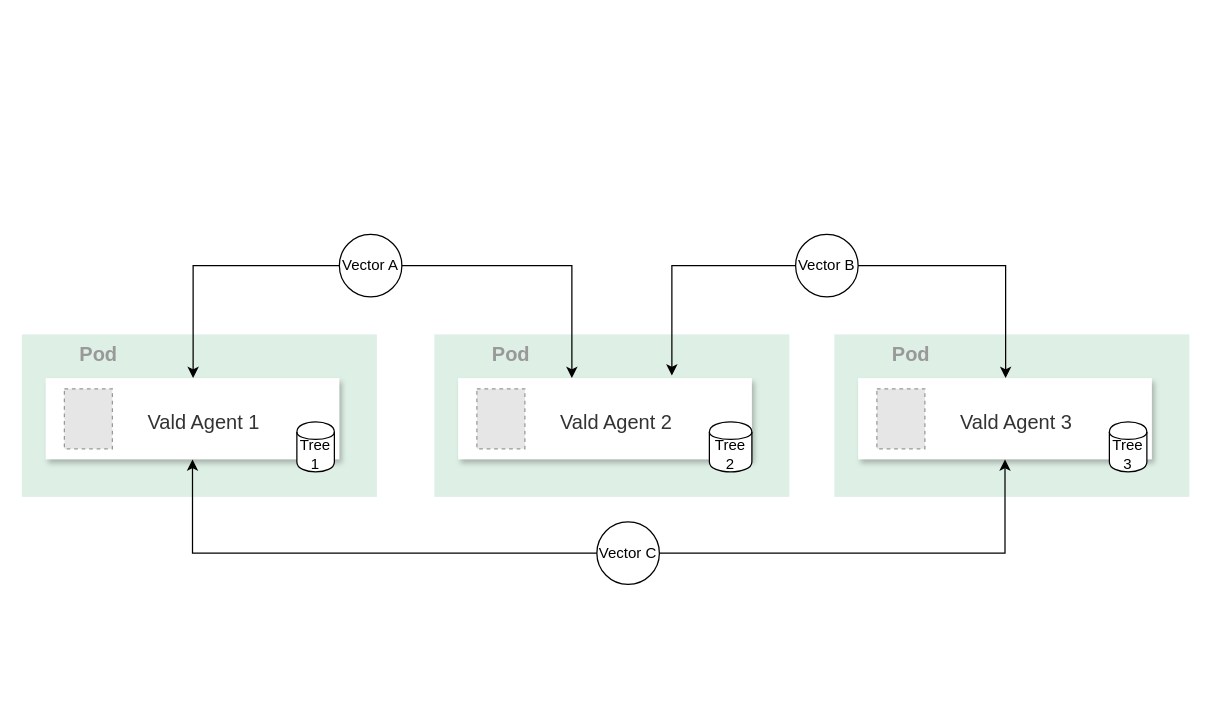
This is assets/doc/vector_data_space_explain.drawio from vdaas/vald, a draw.io file, before an edit. Source tidied: cells renumbered, new cells numbered last; positions are measured from the earlier drawing's top-left corner, leaving out a move shared by most shapes. Both pictures are drawn from the tidied source at 125%, with x=0, y=0 at pixel (21, 234). Pictures stored in the file or linked from it are replaced by grey dashed boxes.
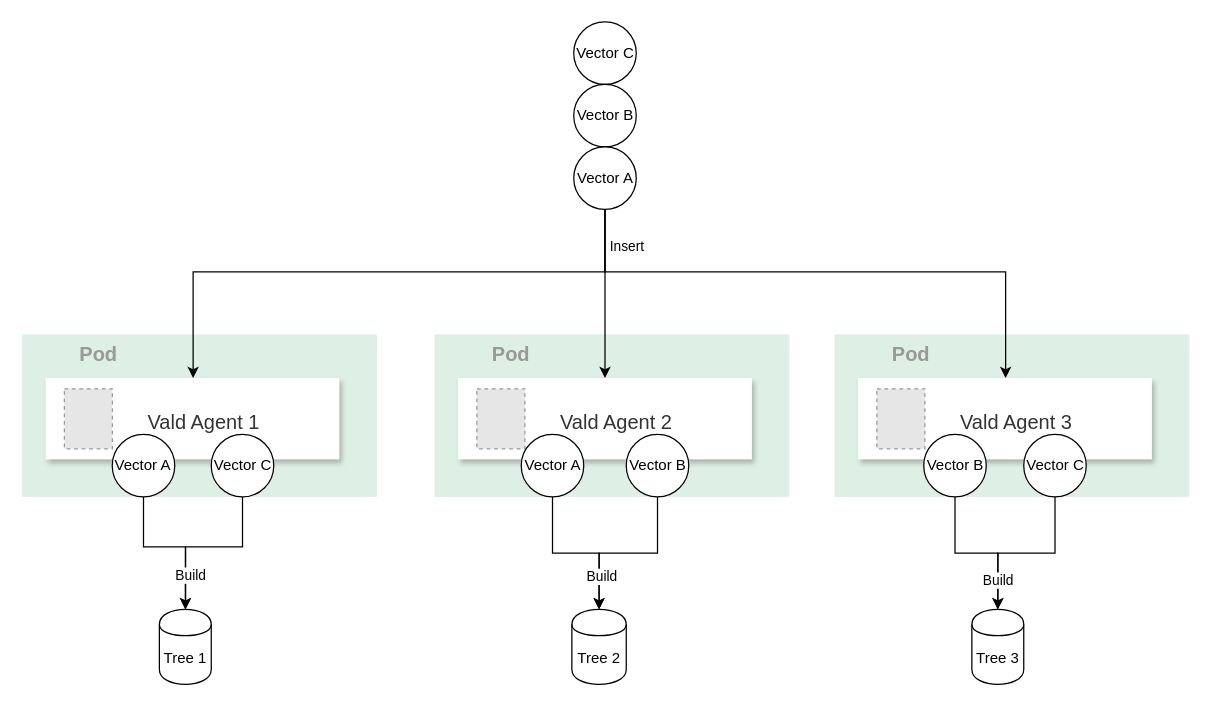
The same page after the edit.

Commit message (it also covers changes not shown here):
update vector data space explaination diagram

Unchanged cells that the change refers to:
```xml
<mxCell id="6" value="&lt;blockquote style=&quot;margin: 0 0 0 40px ; border: none ; padding: 0px&quot;&gt;&lt;blockquote style=&quot;margin: 0 0 0 40px ; border: none ; padding: 0px&quot;&gt;&lt;b&gt;&lt;font color=&quot;#999999&quot;&gt;&lt;br&gt;&lt;/font&gt;&lt;/b&gt;&lt;/blockquote&gt;&lt;blockquote style=&quot;margin: 0 0 0 40px ; border: none ; padding: 0px&quot;&gt;&lt;span style=&quot;color: rgb(51 , 51 , 51)&quot;&gt;Vald Agent 1&lt;/span&gt;&lt;br&gt;&lt;/blockquote&gt;&lt;/blockquote&gt;" style="rounded=0;whiteSpace=wrap;html=1;shadow=1;glass=0;comic=0;strokeWidth=1;fontSize=16;fontColor=#000000;align=left;labelBackgroundColor=none;strokeColor=none;fillColor=#ffffff;verticalAlign=top;" parent="1" vertex="1">
  <mxGeometry x="19" y="115" width="235" height="65" as="geometry" />
</mxCell>
<mxCell id="9" value="&lt;blockquote style=&quot;margin: 0 0 0 40px ; border: none ; padding: 0px&quot;&gt;&lt;blockquote style=&quot;margin: 0 0 0 40px ; border: none ; padding: 0px&quot;&gt;&lt;b&gt;&lt;font color=&quot;#999999&quot;&gt;&lt;br&gt;&lt;/font&gt;&lt;/b&gt;&lt;/blockquote&gt;&lt;blockquote style=&quot;margin: 0 0 0 40px ; border: none ; padding: 0px&quot;&gt;&lt;span style=&quot;color: rgb(51 , 51 , 51)&quot;&gt;Vald Agent 2&lt;/span&gt;&lt;br&gt;&lt;/blockquote&gt;&lt;/blockquote&gt;" style="rounded=0;whiteSpace=wrap;html=1;shadow=1;glass=0;comic=0;strokeWidth=1;fontSize=16;fontColor=#000000;align=left;labelBackgroundColor=none;strokeColor=none;fillColor=#ffffff;verticalAlign=top;" parent="1" vertex="1">
  <mxGeometry x="349" y="115" width="235" height="65" as="geometry" />
</mxCell>
<mxCell id="12" value="&lt;blockquote style=&quot;margin: 0 0 0 40px ; border: none ; padding: 0px&quot;&gt;&lt;blockquote style=&quot;margin: 0 0 0 40px ; border: none ; padding: 0px&quot;&gt;&lt;b&gt;&lt;font color=&quot;#999999&quot;&gt;&lt;br&gt;&lt;/font&gt;&lt;/b&gt;&lt;/blockquote&gt;&lt;blockquote style=&quot;margin: 0 0 0 40px ; border: none ; padding: 0px&quot;&gt;&lt;span style=&quot;color: rgb(51 , 51 , 51)&quot;&gt;Vald Agent 3&lt;/span&gt;&lt;br&gt;&lt;/blockquote&gt;&lt;/blockquote&gt;" style="rounded=0;whiteSpace=wrap;html=1;shadow=1;glass=0;comic=0;strokeWidth=1;fontSize=16;fontColor=#000000;align=left;labelBackgroundColor=none;strokeColor=none;fillColor=#ffffff;verticalAlign=top;" parent="1" vertex="1">
  <mxGeometry x="669" y="115" width="235" height="65" as="geometry" />
</mxCell>
```

Change to the diagram source:
```diff
@@
     <mxCell id="2" value="Vector C" style="ellipse;whiteSpace=wrap;html=1;" parent="1" vertex="1">
-      <mxGeometry x="460" y="230" width="50" height="50" as="geometry" />
+      <mxGeometry x="441.5" y="-170" width="50" height="50" as="geometry" />
     </mxCell>
     <mxCell id="3" value="Vector B" style="ellipse;whiteSpace=wrap;html=1;" parent="1" vertex="1">
-      <mxGeometry x="619" width="50" height="50" as="geometry" />
+      <mxGeometry x="441.5" y="-120" width="50" height="50" as="geometry" />
     </mxCell>
     <mxCell id="4" value="Vector A" style="ellipse;whiteSpace=wrap;html=1;" parent="1" vertex="1">
-      <mxGeometry x="254" width="50" height="50" as="geometry" />
+      <mxGeometry x="441.5" y="-70" width="50" height="50" as="geometry" />
     </mxCell>
@@
-    <mxCell id="14" style="edgeStyle=orthogonalEdgeStyle;rounded=0;jettySize=auto;html=1;" parent="1" edge="1" source="3">
-      <mxGeometry relative="1" as="geometry">
-        <mxPoint x="520" y="113" as="targetPoint" />
-        <Array as="points">
-          <mxPoint x="520" y="25" />
-          <mxPoint x="520" y="113" />
-        </Array>
-      </mxGeometry>
-    </mxCell>
-    <mxCell id="15" style="edgeStyle=orthogonalEdgeStyle;rounded=0;jettySize=auto;html=1;" parent="1" edge="1" source="4" target="6">
-      <mxGeometry relative="1" as="geometry">
-        <Array as="points">
-          <mxPoint x="137" y="25" />
-        </Array>
-      </mxGeometry>
-    </mxCell>
-    <mxCell id="16" style="edgeStyle=orthogonalEdgeStyle;rounded=0;jettySize=auto;html=1;" parent="1" edge="1" source="4" target="9">
-      <mxGeometry relative="1" as="geometry">
-        <Array as="points">
-          <mxPoint x="440" y="25" />
-        </Array>
-      </mxGeometry>
-    </mxCell>
-    <mxCell id="17" style="edgeStyle=orthogonalEdgeStyle;rounded=0;jettySize=auto;html=1;" parent="1" edge="1" source="3" target="12">
-      <mxGeometry relative="1" as="geometry">
-        <Array as="points">
-          <mxPoint x="787" y="25" />
-        </Array>
-      </mxGeometry>
-    </mxCell>
-    <mxCell id="18" style="edgeStyle=orthogonalEdgeStyle;rounded=0;jettySize=auto;html=1;" parent="1" edge="1" source="2" target="6">
-      <mxGeometry relative="1" as="geometry" />
-    </mxCell>
-    <mxCell id="19" style="edgeStyle=orthogonalEdgeStyle;rounded=0;jettySize=auto;html=1;" parent="1" edge="1" source="2" target="12">
-      <mxGeometry relative="1" as="geometry" />
-    </mxCell>
     <mxCell id="20" value="Tree 1" style="shape=cylinder;whiteSpace=wrap;html=1;boundedLbl=1;backgroundOutline=1;" parent="1" vertex="1">
-      <mxGeometry x="220" y="150" width="30" height="40" as="geometry" />
+      <mxGeometry x="110" y="300" width="41.5" height="60" as="geometry" />
     </mxCell>
     <mxCell id="21" value="Tree 2" style="shape=cylinder;whiteSpace=wrap;html=1;boundedLbl=1;backgroundOutline=1;" parent="1" vertex="1">
-      <mxGeometry x="550" y="150" width="34" height="40" as="geometry" />
+      <mxGeometry x="440" y="300" width="43.5" height="60" as="geometry" />
     </mxCell>
     <mxCell id="22" value="Tree 3" style="shape=cylinder;whiteSpace=wrap;html=1;boundedLbl=1;backgroundOutline=1;" parent="1" vertex="1">
-      <mxGeometry x="870" y="150" width="30" height="40" as="geometry" />
+      <mxGeometry x="760" y="300" width="41.5" height="60" as="geometry" />
     </mxCell>
+    <mxCell id="16" style="edgeStyle=orthogonalEdgeStyle;rounded=0;jettySize=auto;html=1;entryX=0.5;entryY=0;entryDx=0;entryDy=0;" parent="1" edge="1" source="4" target="9">
+      <mxGeometry relative="1" as="geometry" />
+    </mxCell>
+    <mxCell id="15" style="edgeStyle=orthogonalEdgeStyle;rounded=0;jettySize=auto;html=1;" parent="1" edge="1" source="4" target="6">
+      <mxGeometry relative="1" as="geometry">
+        <Array as="points">
+          <mxPoint x="467" y="30" />
+          <mxPoint x="137" y="30" />
+        </Array>
+      </mxGeometry>
+    </mxCell>
+    <mxCell id="23" style="edgeStyle=orthogonalEdgeStyle;rounded=0;jettySize=auto;html=1;" parent="1" edge="1" source="4" target="12">
+      <mxGeometry relative="1" as="geometry">
+        <Array as="points">
+          <mxPoint x="467" y="30" />
+          <mxPoint x="787" y="30" />
+        </Array>
+      </mxGeometry>
+    </mxCell>
+    <mxCell id="24" value="Insert" style="edgeLabel;html=1;align=center;verticalAlign=middle;" parent="23" vertex="1">
+      <mxGeometry x="-0.85" y="4" relative="1" as="geometry">
+        <mxPoint x="13" y="-5" as="offset" />
+      </mxGeometry>
+    </mxCell>
+    <mxCell id="25" style="edgeStyle=orthogonalEdgeStyle;rounded=0;jettySize=auto;html=1;entryX=0.5;entryY=0;entryDx=0;entryDy=0;" parent="1" edge="1" source="26" target="20">
+      <mxGeometry relative="1" as="geometry">
+        <Array as="points">
+          <mxPoint x="97" y="250" />
+          <mxPoint x="131" y="250" />
+        </Array>
+      </mxGeometry>
+    </mxCell>
+    <mxCell id="26" value="Vector A" style="ellipse;whiteSpace=wrap;html=1;" parent="1" vertex="1">
+      <mxGeometry x="72.3" y="160" width="50" height="50" as="geometry" />
+    </mxCell>
+    <mxCell id="27" style="edgeStyle=orthogonalEdgeStyle;rounded=0;jettySize=auto;html=1;" parent="1" edge="1" source="28" target="22">
+      <mxGeometry relative="1" as="geometry" />
+    </mxCell>
+    <mxCell id="28" value="Vector B" style="ellipse;whiteSpace=wrap;html=1;" parent="1" vertex="1">
+      <mxGeometry x="721.5" y="160" width="50" height="50" as="geometry" />
+    </mxCell>
+    <mxCell id="29" style="edgeStyle=orthogonalEdgeStyle;rounded=0;jettySize=auto;html=1;" parent="1" edge="1" source="30" target="21">
+      <mxGeometry relative="1" as="geometry" />
+    </mxCell>
+    <mxCell id="30" value="Vector B" style="ellipse;whiteSpace=wrap;html=1;" parent="1" vertex="1">
+      <mxGeometry x="483.5" y="160" width="50" height="50" as="geometry" />
+    </mxCell>
+    <mxCell id="31" style="edgeStyle=orthogonalEdgeStyle;rounded=0;jettySize=auto;html=1;" parent="1" edge="1" source="33" target="20">
+      <mxGeometry relative="1" as="geometry">
+        <Array as="points">
+          <mxPoint x="177" y="250" />
+          <mxPoint x="131" y="250" />
+        </Array>
+      </mxGeometry>
+    </mxCell>
+    <mxCell id="32" value="Build" style="edgeLabel;html=1;align=center;verticalAlign=middle;" parent="31" vertex="1">
+      <mxGeometry x="0.59" y="3" relative="1" as="geometry" />
+    </mxCell>
+    <mxCell id="33" value="Vector C" style="ellipse;whiteSpace=wrap;html=1;" parent="1" vertex="1">
+      <mxGeometry x="151.5" y="160" width="50" height="50" as="geometry" />
+    </mxCell>
+    <mxCell id="34" style="edgeStyle=orthogonalEdgeStyle;rounded=0;jettySize=auto;html=1;entryX=0.5;entryY=0;entryDx=0;entryDy=0;" parent="1" edge="1" source="36" target="22">
+      <mxGeometry relative="1" as="geometry" />
+    </mxCell>
+    <mxCell id="35" value="Build" style="edgeLabel;html=1;align=center;verticalAlign=middle;" parent="34" vertex="1">
+      <mxGeometry x="0.65" relative="1" as="geometry" />
+    </mxCell>
+    <mxCell id="36" value="Vector C" style="ellipse;whiteSpace=wrap;html=1;" parent="1" vertex="1">
+      <mxGeometry x="801.5" y="160" width="50" height="50" as="geometry" />
+    </mxCell>
+    <mxCell id="37" style="edgeStyle=orthogonalEdgeStyle;rounded=0;jettySize=auto;html=1;entryX=0.5;entryY=0;entryDx=0;entryDy=0;" parent="1" edge="1" source="39" target="21">
+      <mxGeometry relative="1" as="geometry" />
+    </mxCell>
+    <mxCell id="38" value="Build" style="edgeLabel;html=1;align=center;verticalAlign=middle;" parent="37" vertex="1">
+      <mxGeometry x="0.59" y="2" relative="1" as="geometry" />
+    </mxCell>
+    <mxCell id="39" value="Vector A" style="ellipse;whiteSpace=wrap;html=1;" parent="1" vertex="1">
+      <mxGeometry x="399.5" y="160" width="50" height="50" as="geometry" />
+    </mxCell>
```
